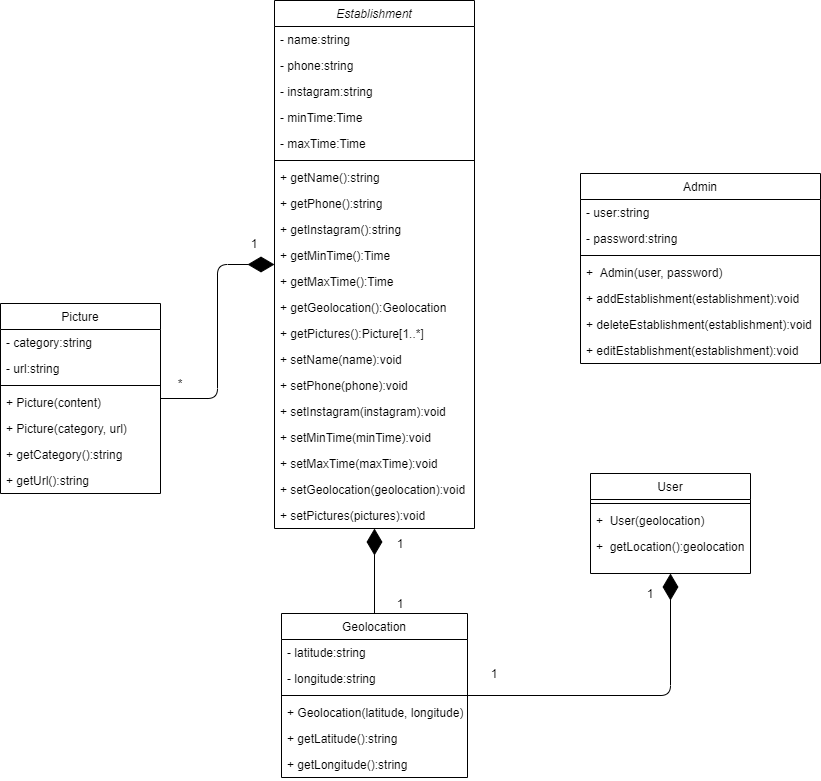
Earlier version of the draw.io export docs/Modelagem/diagrama_de_classes/imagens/diagrama_de_classes.png (UnBArqDsw2020-2/2020.2_G2_Encare). Source tidied: cells renumbered, new cells last; positions are measured from the earlier drawing's top-left corner, leaving out a move shared by most shapes. Source of this version:
```xml
<mxGraphModel>
  <root>
    <mxCell id="0" />
    <mxCell id="1" parent="0" />
    <mxCell id="2" value="Establishment" style="swimlane;fontStyle=2;align=center;verticalAlign=top;horizontal=1;startSize=26;rounded=0;shadow=0;strokeWidth=1;" parent="1" vertex="1">
      <mxGeometry x="274" width="200" height="528" as="geometry" />
    </mxCell>
    <mxCell id="3" value="- name:string" style="text;align=left;verticalAlign=top;spacingLeft=4;spacingRight=4;overflow=hidden;" parent="2" vertex="1">
      <mxGeometry y="26" width="200" height="26" as="geometry" />
    </mxCell>
    <mxCell id="4" value="- phone:string" style="text;align=left;verticalAlign=top;spacingLeft=4;spacingRight=4;overflow=hidden;rounded=0;shadow=0;html=0;" parent="2" vertex="1">
      <mxGeometry y="52" width="200" height="26" as="geometry" />
    </mxCell>
    <mxCell id="5" value="- instagram:string" style="text;align=left;verticalAlign=top;spacingLeft=4;spacingRight=4;overflow=hidden;rounded=0;shadow=0;html=0;" parent="2" vertex="1">
      <mxGeometry y="78" width="200" height="26" as="geometry" />
    </mxCell>
    <mxCell id="6" value="- minTime:Time" style="text;align=left;verticalAlign=top;spacingLeft=4;spacingRight=4;overflow=hidden;rounded=0;shadow=0;html=0;" parent="2" vertex="1">
      <mxGeometry y="104" width="200" height="26" as="geometry" />
    </mxCell>
    <mxCell id="7" value="- maxTime:Time" style="text;align=left;verticalAlign=top;spacingLeft=4;spacingRight=4;overflow=hidden;rounded=0;shadow=0;html=0;" parent="2" vertex="1">
      <mxGeometry y="130" width="200" height="26" as="geometry" />
    </mxCell>
    <mxCell id="8" style="line;html=1;strokeWidth=1;align=left;verticalAlign=middle;spacingTop=-1;spacingLeft=3;spacingRight=3;labelPosition=right;" parent="2" vertex="1">
      <mxGeometry y="156" width="200" height="8" as="geometry" />
    </mxCell>
    <mxCell id="9" value="+ getName():string" style="text;align=left;verticalAlign=top;spacingLeft=4;spacingRight=4;overflow=hidden;" parent="2" vertex="1">
      <mxGeometry y="164" width="200" height="26" as="geometry" />
    </mxCell>
    <mxCell id="10" value="+ getPhone():string" style="text;align=left;verticalAlign=top;spacingLeft=4;spacingRight=4;overflow=hidden;" parent="2" vertex="1">
      <mxGeometry y="190" width="200" height="26" as="geometry" />
    </mxCell>
    <mxCell id="11" value="+ getInstagram():string" style="text;align=left;verticalAlign=top;spacingLeft=4;spacingRight=4;overflow=hidden;" parent="2" vertex="1">
      <mxGeometry y="216" width="200" height="26" as="geometry" />
    </mxCell>
    <mxCell id="12" value="+ getMinTime():Time" style="text;align=left;verticalAlign=top;spacingLeft=4;spacingRight=4;overflow=hidden;" parent="2" vertex="1">
      <mxGeometry y="242" width="200" height="26" as="geometry" />
    </mxCell>
    <mxCell id="13" value="+ getMaxTime():Time" style="text;align=left;verticalAlign=top;spacingLeft=4;spacingRight=4;overflow=hidden;" parent="2" vertex="1">
      <mxGeometry y="268" width="200" height="26" as="geometry" />
    </mxCell>
    <mxCell id="14" value="+ getGeolocation():Geolocation" style="text;align=left;verticalAlign=top;spacingLeft=4;spacingRight=4;overflow=hidden;" parent="2" vertex="1">
      <mxGeometry y="294" width="200" height="26" as="geometry" />
    </mxCell>
    <mxCell id="15" value="+ getPictures():Picture[1..*]" style="text;align=left;verticalAlign=top;spacingLeft=4;spacingRight=4;overflow=hidden;" parent="2" vertex="1">
      <mxGeometry y="320" width="200" height="26" as="geometry" />
    </mxCell>
    <mxCell id="16" value="+ setName(name):void" style="text;align=left;verticalAlign=top;spacingLeft=4;spacingRight=4;overflow=hidden;" parent="2" vertex="1">
      <mxGeometry y="346" width="200" height="26" as="geometry" />
    </mxCell>
    <mxCell id="17" value="+ setPhone(phone):void" style="text;align=left;verticalAlign=top;spacingLeft=4;spacingRight=4;overflow=hidden;" parent="2" vertex="1">
      <mxGeometry y="372" width="200" height="26" as="geometry" />
    </mxCell>
    <mxCell id="18" value="+ setInstagram(instagram):void" style="text;align=left;verticalAlign=top;spacingLeft=4;spacingRight=4;overflow=hidden;" parent="2" vertex="1">
      <mxGeometry y="398" width="200" height="26" as="geometry" />
    </mxCell>
    <mxCell id="19" value="+ setMinTime(minTime):void" style="text;align=left;verticalAlign=top;spacingLeft=4;spacingRight=4;overflow=hidden;" parent="2" vertex="1">
      <mxGeometry y="424" width="200" height="26" as="geometry" />
    </mxCell>
    <mxCell id="20" value="+ setMaxTime(maxTime):void" style="text;align=left;verticalAlign=top;spacingLeft=4;spacingRight=4;overflow=hidden;" parent="2" vertex="1">
      <mxGeometry y="450" width="200" height="26" as="geometry" />
    </mxCell>
    <mxCell id="21" value="+ setGeolocation(geolocation):void" style="text;align=left;verticalAlign=top;spacingLeft=4;spacingRight=4;overflow=hidden;" parent="2" vertex="1">
      <mxGeometry y="476" width="200" height="26" as="geometry" />
    </mxCell>
    <mxCell id="22" value="+ setPictures(pictures):void" style="text;align=left;verticalAlign=top;spacingLeft=4;spacingRight=4;overflow=hidden;" parent="2" vertex="1">
      <mxGeometry y="502" width="200" height="26" as="geometry" />
    </mxCell>
    <mxCell id="23" value="Picture" style="swimlane;fontStyle=0;align=center;verticalAlign=top;horizontal=1;startSize=26;rounded=0;shadow=0;strokeWidth=1;" parent="1" vertex="1">
      <mxGeometry y="303" width="160" height="190" as="geometry" />
    </mxCell>
    <mxCell id="24" value="- category:string" style="text;align=left;verticalAlign=top;spacingLeft=4;spacingRight=4;overflow=hidden;" parent="23" vertex="1">
      <mxGeometry y="26" width="160" height="26" as="geometry" />
    </mxCell>
    <mxCell id="25" value="- url:string" style="text;align=left;verticalAlign=top;spacingLeft=4;spacingRight=4;overflow=hidden;" parent="23" vertex="1">
      <mxGeometry y="52" width="160" height="26" as="geometry" />
    </mxCell>
    <mxCell id="26" style="line;html=1;strokeWidth=1;align=left;verticalAlign=middle;spacingTop=-1;spacingLeft=3;spacingRight=3;labelPosition=right;" parent="23" vertex="1">
      <mxGeometry y="78" width="160" height="8" as="geometry" />
    </mxCell>
    <mxCell id="27" value="+ Picture(content)" style="text;align=left;verticalAlign=top;spacingLeft=4;spacingRight=4;overflow=hidden;" parent="23" vertex="1">
      <mxGeometry y="86" width="160" height="26" as="geometry" />
    </mxCell>
    <mxCell id="28" value="+ Picture(category, url)" style="text;align=left;verticalAlign=top;spacingLeft=4;spacingRight=4;overflow=hidden;" parent="23" vertex="1">
      <mxGeometry y="112" width="160" height="26" as="geometry" />
    </mxCell>
    <mxCell id="29" value="+ getCategory():string" style="text;align=left;verticalAlign=top;spacingLeft=4;spacingRight=4;overflow=hidden;" parent="23" vertex="1">
      <mxGeometry y="138" width="160" height="26" as="geometry" />
    </mxCell>
    <mxCell id="30" value="+ getUrl():string" style="text;align=left;verticalAlign=top;spacingLeft=4;spacingRight=4;overflow=hidden;" parent="23" vertex="1">
      <mxGeometry y="164" width="160" height="26" as="geometry" />
    </mxCell>
    <mxCell id="31" value="Geolocation" style="swimlane;fontStyle=0;align=center;verticalAlign=top;horizontal=1;startSize=26;rounded=0;shadow=0;strokeWidth=1;" parent="1" vertex="1">
      <mxGeometry x="281" y="613" width="186" height="164" as="geometry" />
    </mxCell>
    <mxCell id="32" value="- latitude:string" style="text;align=left;verticalAlign=top;spacingLeft=4;spacingRight=4;overflow=hidden;" parent="31" vertex="1">
      <mxGeometry y="26" width="186" height="26" as="geometry" />
    </mxCell>
    <mxCell id="33" value="- longitude:string" style="text;align=left;verticalAlign=top;spacingLeft=4;spacingRight=4;overflow=hidden;" parent="31" vertex="1">
      <mxGeometry y="52" width="186" height="26" as="geometry" />
    </mxCell>
    <mxCell id="34" style="line;html=1;strokeWidth=1;align=left;verticalAlign=middle;spacingTop=-1;spacingLeft=3;spacingRight=3;labelPosition=right;" parent="31" vertex="1">
      <mxGeometry y="78" width="186" height="8" as="geometry" />
    </mxCell>
    <mxCell id="35" value="+ Geolocation(latitude, longitude)" style="text;align=left;verticalAlign=top;spacingLeft=4;spacingRight=4;overflow=hidden;" parent="31" vertex="1">
      <mxGeometry y="86" width="186" height="26" as="geometry" />
    </mxCell>
    <mxCell id="36" value="+ getLatitude():string" style="text;align=left;verticalAlign=top;spacingLeft=4;spacingRight=4;overflow=hidden;" parent="31" vertex="1">
      <mxGeometry y="112" width="186" height="26" as="geometry" />
    </mxCell>
    <mxCell id="37" value="+ getLongitude():string" style="text;align=left;verticalAlign=top;spacingLeft=4;spacingRight=4;overflow=hidden;" parent="31" vertex="1">
      <mxGeometry y="138" width="186" height="26" as="geometry" />
    </mxCell>
    <mxCell id="38" value="User" style="swimlane;fontStyle=0;align=center;verticalAlign=top;horizontal=1;startSize=26;rounded=0;shadow=0;strokeWidth=1;" parent="1" vertex="1">
      <mxGeometry x="590" y="473" width="160" height="100" as="geometry" />
    </mxCell>
    <mxCell id="39" style="line;html=1;strokeWidth=1;align=left;verticalAlign=middle;spacingTop=-1;spacingLeft=3;spacingRight=3;labelPosition=right;" parent="38" vertex="1">
      <mxGeometry y="26" width="160" height="8" as="geometry" />
    </mxCell>
    <mxCell id="40" value="+  User(geolocation)" style="text;align=left;verticalAlign=top;spacingLeft=4;spacingRight=4;overflow=hidden;" parent="38" vertex="1">
      <mxGeometry y="34" width="160" height="26" as="geometry" />
    </mxCell>
    <mxCell id="41" value="+  getLocation():geolocation" style="text;align=left;verticalAlign=top;spacingLeft=4;spacingRight=4;overflow=hidden;" parent="38" vertex="1">
      <mxGeometry y="60" width="160" height="26" as="geometry" />
    </mxCell>
    <mxCell id="42" value="Admin" style="swimlane;fontStyle=0;align=center;verticalAlign=top;horizontal=1;startSize=26;rounded=0;shadow=0;strokeWidth=1;" parent="1" vertex="1">
      <mxGeometry x="580" y="173" width="240" height="190" as="geometry" />
    </mxCell>
    <mxCell id="43" value="- user:string" style="text;align=left;verticalAlign=top;spacingLeft=4;spacingRight=4;overflow=hidden;rounded=0;shadow=0;html=0;" parent="42" vertex="1">
      <mxGeometry y="26" width="240" height="26" as="geometry" />
    </mxCell>
    <mxCell id="44" value="- password:string" style="text;align=left;verticalAlign=top;spacingLeft=4;spacingRight=4;overflow=hidden;rounded=0;shadow=0;html=0;" parent="42" vertex="1">
      <mxGeometry y="52" width="240" height="26" as="geometry" />
    </mxCell>
    <mxCell id="45" style="line;html=1;strokeWidth=1;align=left;verticalAlign=middle;spacingTop=-1;spacingLeft=3;spacingRight=3;labelPosition=right;" parent="42" vertex="1">
      <mxGeometry y="78" width="240" height="8" as="geometry" />
    </mxCell>
    <mxCell id="46" value="+  Admin(user, password)" style="text;align=left;verticalAlign=top;spacingLeft=4;spacingRight=4;overflow=hidden;" parent="42" vertex="1">
      <mxGeometry y="86" width="240" height="26" as="geometry" />
    </mxCell>
    <mxCell id="47" value="+ addEstablishment(establishment):void" style="text;align=left;verticalAlign=top;spacingLeft=4;spacingRight=4;overflow=hidden;" parent="42" vertex="1">
      <mxGeometry y="112" width="240" height="26" as="geometry" />
    </mxCell>
    <mxCell id="48" value="+ deleteEstablishment(establishment):void" style="text;align=left;verticalAlign=top;spacingLeft=4;spacingRight=4;overflow=hidden;" parent="42" vertex="1">
      <mxGeometry y="138" width="240" height="26" as="geometry" />
    </mxCell>
    <mxCell id="49" value="+ editEstablishment(establishment):void" style="text;align=left;verticalAlign=top;spacingLeft=4;spacingRight=4;overflow=hidden;" parent="42" vertex="1">
      <mxGeometry y="164" width="240" height="26" as="geometry" />
    </mxCell>
    <mxCell id="50" style="endArrow=diamondThin;endFill=1;endSize=24;html=1;rounded=1;edgeStyle=orthogonalEdgeStyle;" parent="1" edge="1" source="23" target="2">
      <mxGeometry relative="1" as="geometry" />
    </mxCell>
    <mxCell id="51" style="endArrow=diamondThin;endFill=1;endSize=24;html=1;edgeStyle=orthogonalEdgeStyle;" parent="1" edge="1" source="31" target="2">
      <mxGeometry relative="1" as="geometry" />
    </mxCell>
    <mxCell id="52" style="endArrow=diamondThin;endFill=1;endSize=24;html=1;edgeStyle=orthogonalEdgeStyle;" parent="1" edge="1" source="31" target="38">
      <mxGeometry relative="1" as="geometry" />
    </mxCell>
    <mxCell id="53" value="*" style="text;html=1;strokeColor=none;fillColor=none;align=center;verticalAlign=middle;whiteSpace=wrap;rounded=0;" parent="1" vertex="1">
      <mxGeometry x="160" y="373" width="40" height="20" as="geometry" />
    </mxCell>
    <mxCell id="54" value="1" style="text;html=1;strokeColor=none;fillColor=none;align=center;verticalAlign=middle;whiteSpace=wrap;rounded=0;" parent="1" vertex="1">
      <mxGeometry x="380" y="593" width="40" height="20" as="geometry" />
    </mxCell>
    <mxCell id="55" value="1" style="text;html=1;strokeColor=none;fillColor=none;align=center;verticalAlign=middle;whiteSpace=wrap;rounded=0;" parent="1" vertex="1">
      <mxGeometry x="380" y="533" width="40" height="20" as="geometry" />
    </mxCell>
    <mxCell id="56" value="1" style="text;html=1;strokeColor=none;fillColor=none;align=center;verticalAlign=middle;whiteSpace=wrap;rounded=0;" parent="1" vertex="1">
      <mxGeometry x="240" y="253" width="40" height="20" as="geometry" />
    </mxCell>
    <mxCell id="57" value="1" style="text;html=1;strokeColor=none;fillColor=none;align=center;verticalAlign=middle;whiteSpace=wrap;rounded=0;" parent="1" vertex="1">
      <mxGeometry x="234" y="233" width="40" height="20" as="geometry" />
    </mxCell>
    <mxCell id="58" value="1" style="text;html=1;strokeColor=none;fillColor=none;align=center;verticalAlign=middle;whiteSpace=wrap;rounded=0;" parent="1" vertex="1">
      <mxGeometry x="630" y="583" width="40" height="20" as="geometry" />
    </mxCell>
    <mxCell id="59" value="1" style="text;html=1;strokeColor=none;fillColor=none;align=center;verticalAlign=middle;whiteSpace=wrap;rounded=0;" parent="1" vertex="1">
      <mxGeometry x="474" y="663" width="40" height="20" as="geometry" />
    </mxCell>
  </root>
</mxGraphModel>
```
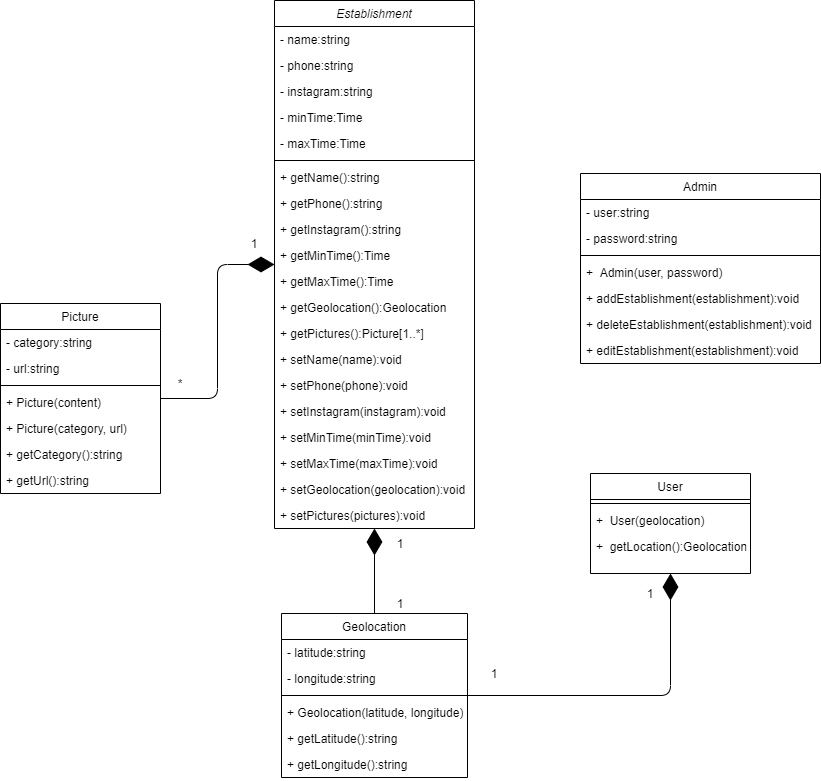
The same diagram one commit later.

Commit message:
[#31] Corrige documento do diagrama de classes.

What changed in the source:
```diff
@@ -119,7 +119,7 @@
     <mxCell id="40" value="+  User(geolocation)" style="text;align=left;verticalAlign=top;spacingLeft=4;spacingRight=4;overflow=hidden;" parent="38" vertex="1">
       <mxGeometry y="34" width="160" height="26" as="geometry" />
     </mxCell>
-    <mxCell id="41" value="+  getLocation():geolocation" style="text;align=left;verticalAlign=top;spacingLeft=4;spacingRight=4;overflow=hidden;" parent="38" vertex="1">
+    <mxCell id="41" value="+  getLocation():Geolocation" style="text;align=left;verticalAlign=top;spacingLeft=4;spacingRight=4;overflow=hidden;" parent="38" vertex="1">
       <mxGeometry y="60" width="160" height="26" as="geometry" />
     </mxCell>
     <mxCell id="42" value="Admin" style="swimlane;fontStyle=0;align=center;verticalAlign=top;horizontal=1;startSize=26;rounded=0;shadow=0;strokeWidth=1;" parent="1" vertex="1">
```
